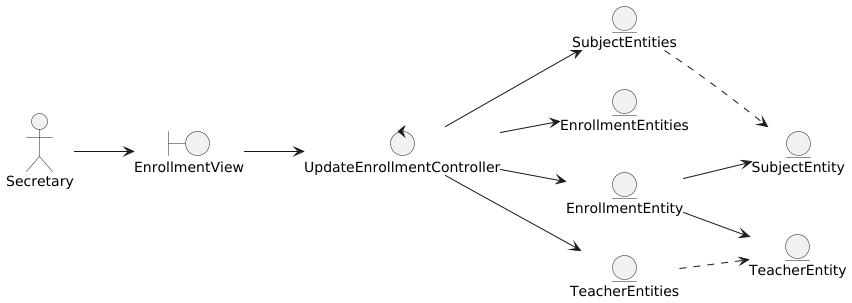
The PlantUML diagram out/DesignView/AnalysisView/UseCaseAnalysis/Classes.CU20.Analysis.png in wsmcbl/wsmcbl.doc, before a commit. Its diagram source:
```plantuml
@startuml
left to right direction

actor Secretary

boundary EnrollmentView

control UpdateEnrollmentController

entity EnrollmentEntity
entity EnrollmentEntities
entity SubjectEntities
entity SubjectEntity
entity TeacherEntities
entity TeacherEntity


Secretary --> EnrollmentView

EnrollmentView --> UpdateEnrollmentController

UpdateEnrollmentController --> EnrollmentEntity
UpdateEnrollmentController --> EnrollmentEntities
UpdateEnrollmentController --> TeacherEntities
UpdateEnrollmentController --> SubjectEntities

EnrollmentEntity --> TeacherEntity
EnrollmentEntity --> SubjectEntity

TeacherEntities ..> TeacherEntity
SubjectEntities ..> SubjectEntity
@enduml
```
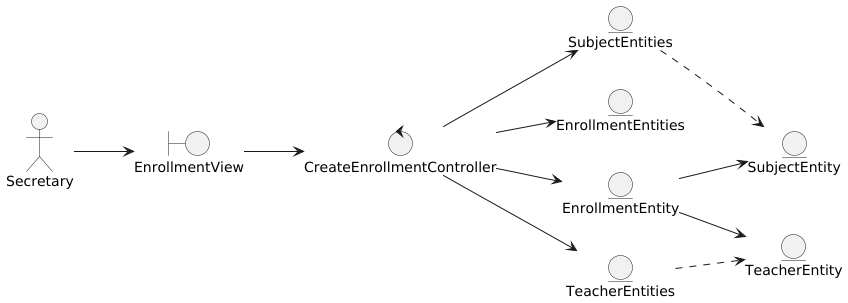
After the change.

The edit, as a diff of the source:
```diff
@@ -5,7 +5,7 @@
 
 boundary EnrollmentView
 
-control UpdateEnrollmentController
+control CreateEnrollmentController
 
 entity EnrollmentEntity
 entity EnrollmentEntities
@@ -17,12 +17,12 @@
 
 Secretary --> EnrollmentView
 
-EnrollmentView --> UpdateEnrollmentController
+EnrollmentView --> CreateEnrollmentController
 
-UpdateEnrollmentController --> EnrollmentEntity
-UpdateEnrollmentController --> EnrollmentEntities
-UpdateEnrollmentController --> TeacherEntities
-UpdateEnrollmentController --> SubjectEntities
+CreateEnrollmentController --> EnrollmentEntity
+CreateEnrollmentController --> EnrollmentEntities
+CreateEnrollmentController --> TeacherEntities
+CreateEnrollmentController --> SubjectEntities
 
 EnrollmentEntity --> TeacherEntity
 EnrollmentEntity --> SubjectEntity
```
